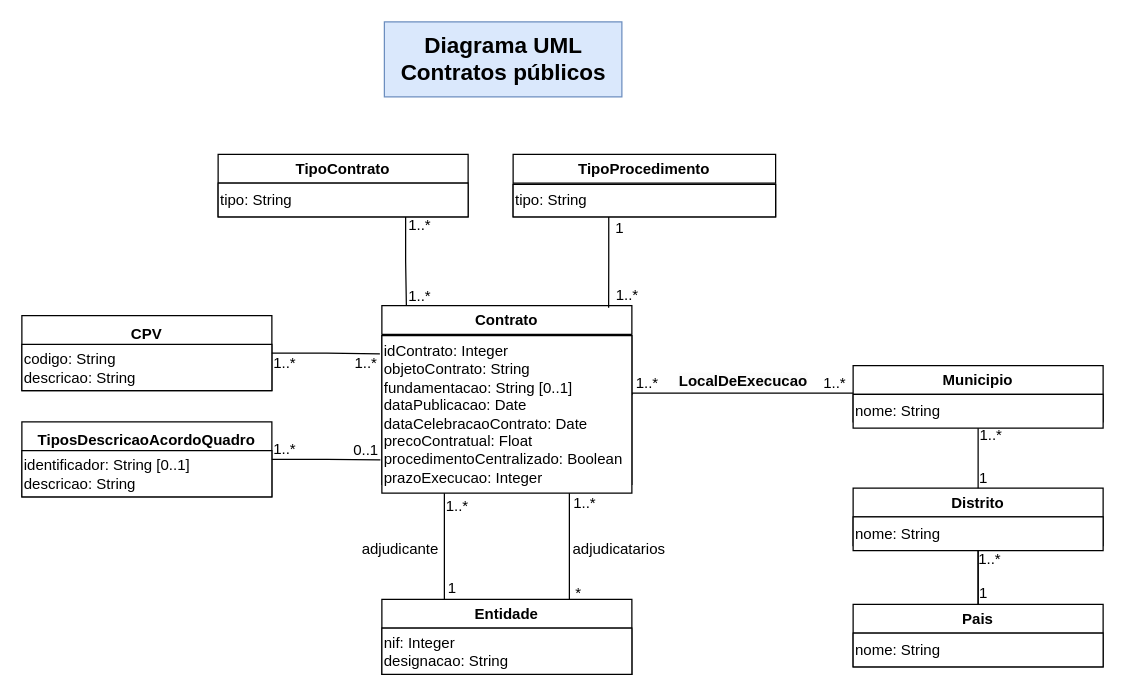
The draw.io diagram uml/UMLfinal.drawio in bzabot/public-contracts-db, before the edit. Source tidied: cells renumbered, new cells numbered last; positions are measured from the earlier drawing's top-left corner, leaving out a move shared by most shapes. Both pictures are drawn from the tidied source at 125%, with x=0, y=0 at pixel (21, 21).
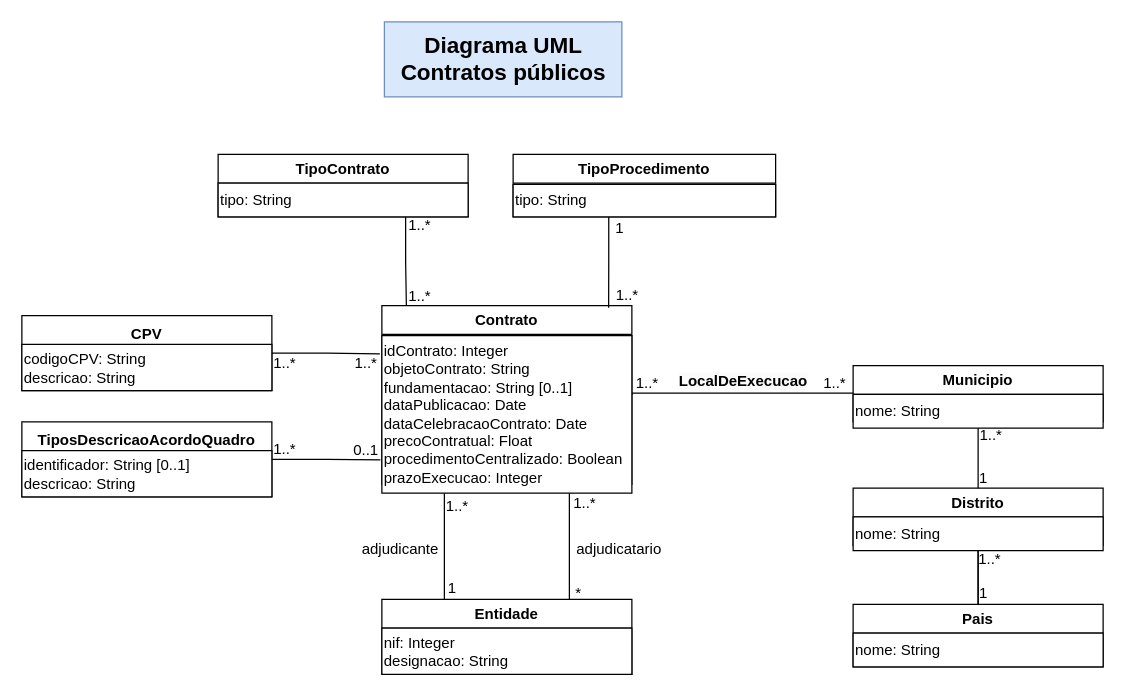
After the change.

Unchanged cells that the change refers to:
```xml
<mxCell id="17" value="CPV" style="swimlane;whiteSpace=wrap;html=1;startSize=30;" parent="1" vertex="1">
  <mxGeometry y="235" width="200" height="60" as="geometry" />
</mxCell>
```

The edit, as a diff of the source:
```diff
@@
-    <mxCell id="12" value="adjudicatarios" style="text;html=1;align=center;verticalAlign=middle;whiteSpace=wrap;rounded=0;" parent="1" vertex="1">
+    <mxCell id="12" value="adjudicatario" style="text;html=1;align=center;verticalAlign=middle;whiteSpace=wrap;rounded=0;" parent="1" vertex="1">
       <mxGeometry x="448" y="407" width="60" height="30" as="geometry" />
     </mxCell>
@@
-    <mxCell id="18" value="codigo: String&lt;div&gt;descricao: String&lt;/div&gt;" style="whiteSpace=wrap;html=1;align=left;" parent="17" vertex="1">
+    <mxCell id="18" value="codigoCPV: String&lt;div&gt;descricao: String&lt;/div&gt;" style="whiteSpace=wrap;html=1;align=left;" parent="17" vertex="1">
       <mxGeometry y="23" width="200" height="37" as="geometry" />
     </mxCell>
```
